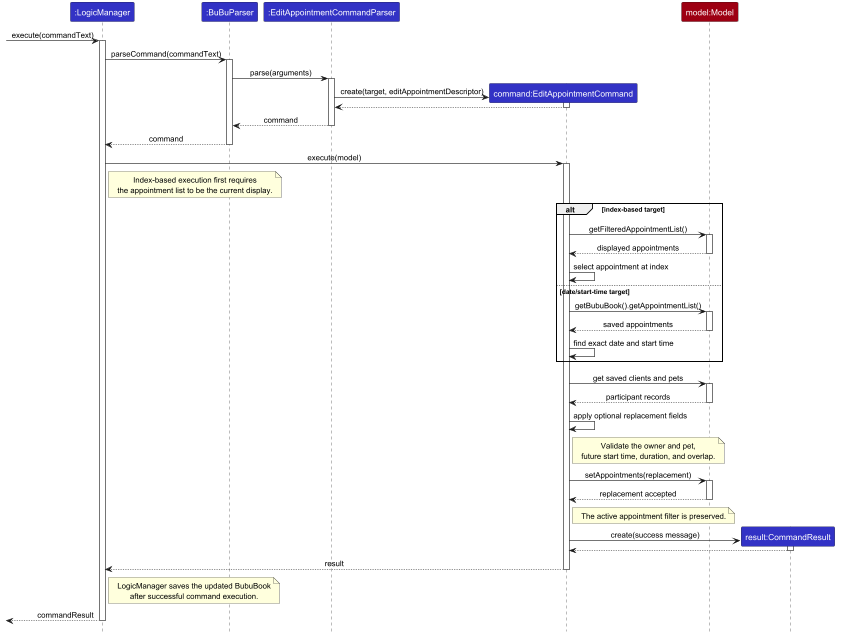
This is docs/images/EditAppointmentSequenceDiagram.png from 0218hy/tp, a PlantUML export, as it was before one commit. Its source is kept beside it as docs/diagrams/EditAppointmentSequenceDiagram.puml. Source of this version:
```plantuml
@startuml
!include style.puml
skinparam ArrowFontStyle plain
title Editing an appointment by date/start time or displayed index

Participant ":LogicManager" as logic LOGIC_COLOR
Participant ":BuBuParser" as parser LOGIC_COLOR
Participant ":EditAppointmentCommandParser" as ecp LOGIC_COLOR
Participant "command:EditAppointmentCommand" as command LOGIC_COLOR
Participant "model:Model" as model MODEL_COLOR
Participant "result:CommandResult" as result LOGIC_COLOR

[-> logic : execute(commandText)
activate logic
logic -> parser ++: parseCommand(commandText)
parser -> ecp ++: parse(arguments)
create command
ecp -> command ++: create(target, editAppointmentDescriptor)
command --> ecp --
ecp --> parser --: command
parser --> logic --: command

logic -> command ++: execute(model)
note right of logic
  Index-based execution first requires
  the appointment list to be the current display.
end note
alt index-based target
    command -> model ++: getFilteredAppointmentList()
    model --> command --: displayed appointments
    command -> command : select appointment at index
else date/start-time target
    command -> model ++: getBubuBook().getAppointmentList()
    model --> command --: saved appointments
    command -> command : find exact date and start time
end

command -> model ++: get saved clients and pets
model --> command --: participant records
command -> command : apply optional replacement fields
note right of command
  Validate the owner and pet,
  future start time, duration, and overlap.
end note
command -> model ++: setAppointments(replacement)
model --> command --: replacement accepted
note right of command
  The active appointment filter is preserved.
end note

create result
command -> result ++: create(success message)
result --> command --
command --> logic --: result
note right of logic
  LogicManager saves the updated BubuBook
  after successful command execution.
end note
[<-- logic : commandResult
deactivate logic
@enduml
```
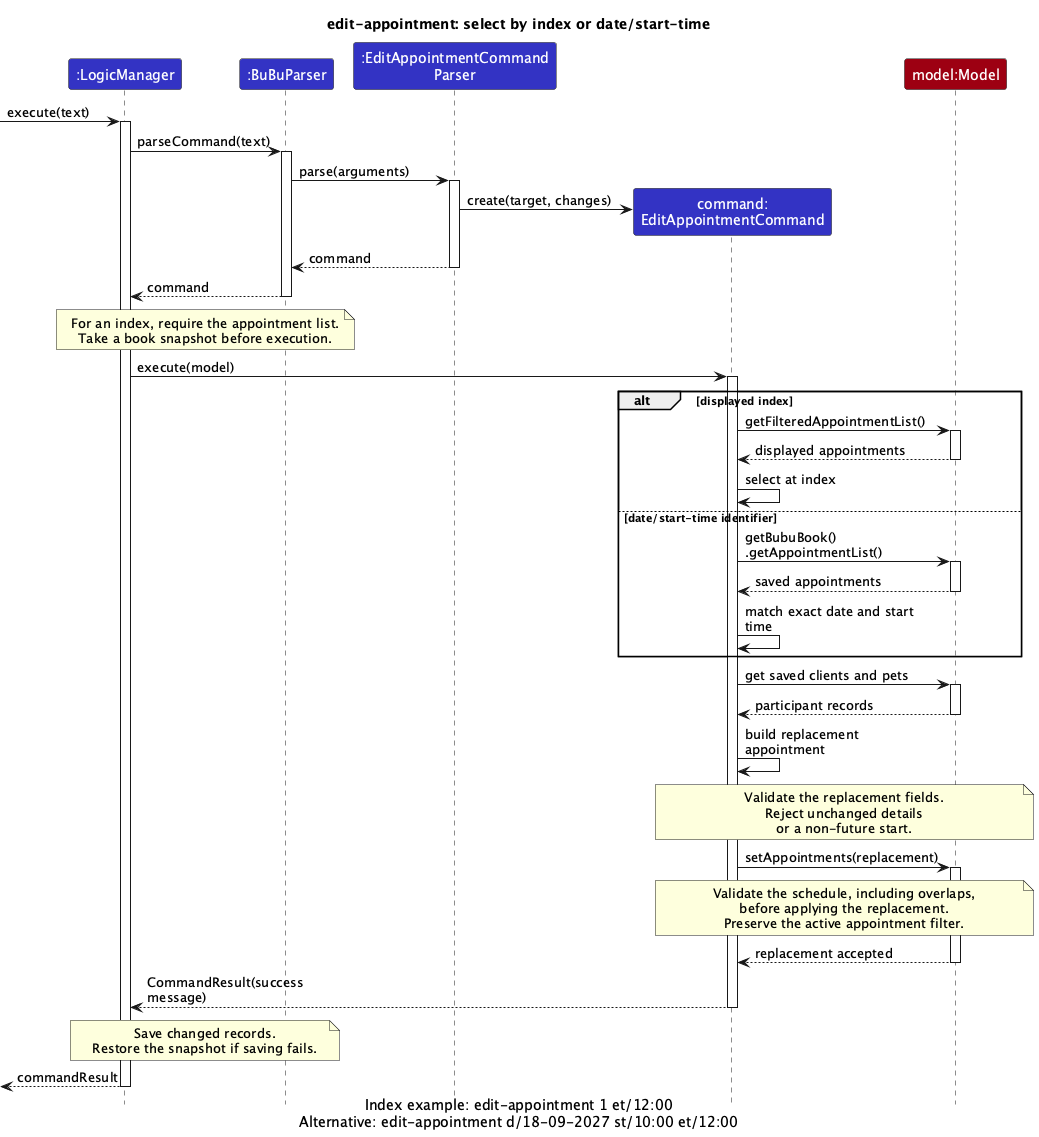
After the change.

Commit message:
Improve Logic guide readability and label command diagrams

What changed in the source:
```diff
@@ -1,60 +1,59 @@
 @startuml
 !include style.puml
 skinparam ArrowFontStyle plain
-title Editing an appointment by date/start time or displayed index
+skinparam ParticipantPadding 5
+skinparam SequenceMessageAlign left
+skinparam maxMessageSize 180
+title edit-appointment: select by index or date/start-time
+caption Index example: edit-appointment 1 et/12:00\nAlternative: edit-appointment d/18-09-2027 st/10:00 et/12:00
 
-Participant ":LogicManager" as logic LOGIC_COLOR
-Participant ":BuBuParser" as parser LOGIC_COLOR
-Participant ":EditAppointmentCommandParser" as ecp LOGIC_COLOR
-Participant "command:EditAppointmentCommand" as command LOGIC_COLOR
-Participant "model:Model" as model MODEL_COLOR
-Participant "result:CommandResult" as result LOGIC_COLOR
+participant ":LogicManager" as logic LOGIC_COLOR
+participant ":BuBuParser" as parser LOGIC_COLOR
+participant ":EditAppointmentCommand\nParser" as feature LOGIC_COLOR
+participant "command:\nEditAppointmentCommand" as command LOGIC_COLOR
+participant "model:Model" as model MODEL_COLOR
 
-[-> logic : execute(commandText)
+[-> logic : execute(text)
 activate logic
-logic -> parser ++: parseCommand(commandText)
-parser -> ecp ++: parse(arguments)
+logic -> parser ++: parseCommand(text)
+parser -> feature ++: parse(arguments)
 create command
-ecp -> command ++: create(target, editAppointmentDescriptor)
-command --> ecp --
-ecp --> parser --: command
+feature -> command : create(target, changes)
+feature --> parser --: command
 parser --> logic --: command
-
+note over logic, parser
+  For an index, require the appointment list.
+  Take a book snapshot before execution.
+end note
 logic -> command ++: execute(model)
-note right of logic
-  Index-based execution first requires
-  the appointment list to be the current display.
-end note
-alt index-based target
+alt displayed index
     command -> model ++: getFilteredAppointmentList()
     model --> command --: displayed appointments
-    command -> command : select appointment at index
-else date/start-time target
-    command -> model ++: getBubuBook().getAppointmentList()
+    command -> command : select at index
+else date/start-time identifier
+    command -> model ++: getBubuBook()\n.getAppointmentList()
     model --> command --: saved appointments
-    command -> command : find exact date and start time
+    command -> command : match exact date and start time
 end
-
 command -> model ++: get saved clients and pets
 model --> command --: participant records
-command -> command : apply optional replacement fields
-note right of command
-  Validate the owner and pet,
-  future start time, duration, and overlap.
+command -> command : build replacement appointment
+note over command, model
+  Validate the replacement fields.
+  Reject unchanged details
+  or a non-future start.
 end note
 command -> model ++: setAppointments(replacement)
+note over command, model
+  Validate the schedule, including overlaps,
+  before applying the replacement.
+  Preserve the active appointment filter.
+end note
 model --> command --: replacement accepted
-note right of command
-  The active appointment filter is preserved.
-end note
-
-create result
-command -> result ++: create(success message)
-result --> command --
-command --> logic --: result
-note right of logic
-  LogicManager saves the updated BubuBook
-  after successful command execution.
+command --> logic --: CommandResult(success message)
+note over logic, parser
+  Save changed records.
+  Restore the snapshot if saving fails.
 end note
 [<-- logic : commandResult
 deactivate logic
```
